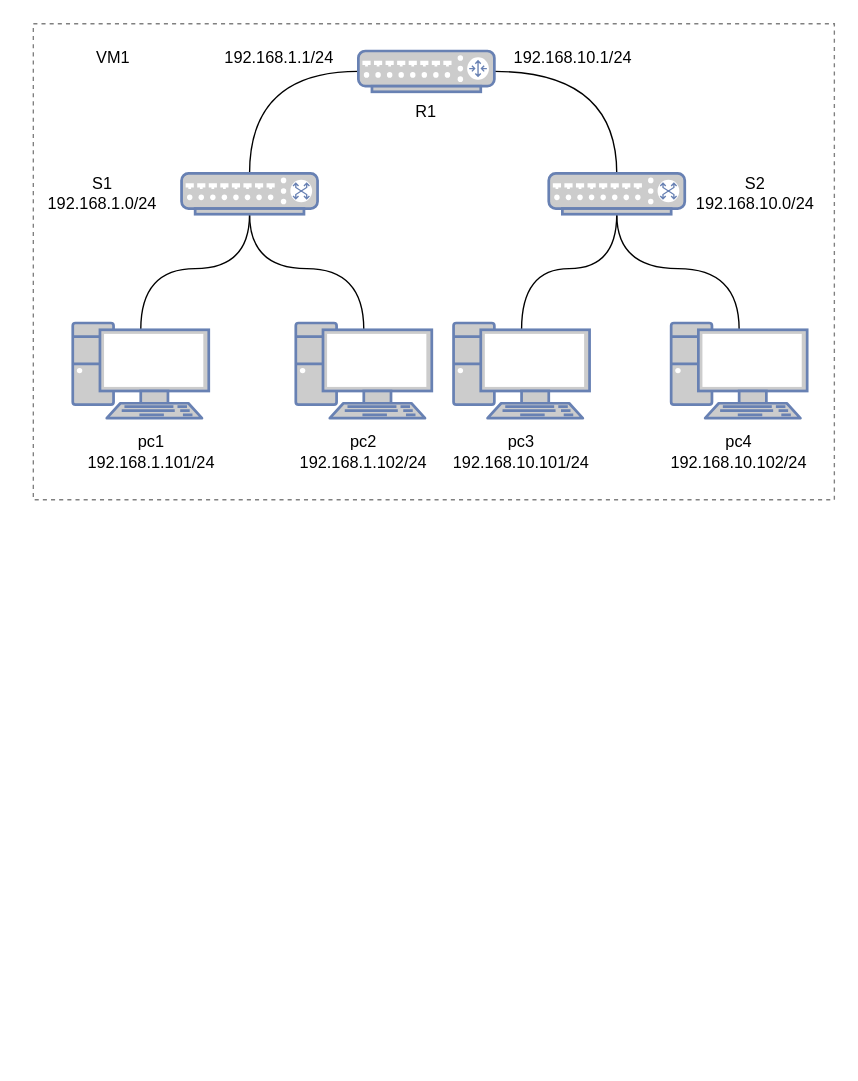
Before: page "router-lan" (12 of 13) of network_trainning.drawio in garryfan2013/network_trainning, a draw.io diagram. Source tidied: cells renumbered, new cells numbered last; positions are measured from the earlier drawing's top-left corner, leaving out a move shared by most shapes. Both pictures are drawn from the tidied source at 136%, with x=0, y=0 at pixel (23, 23).
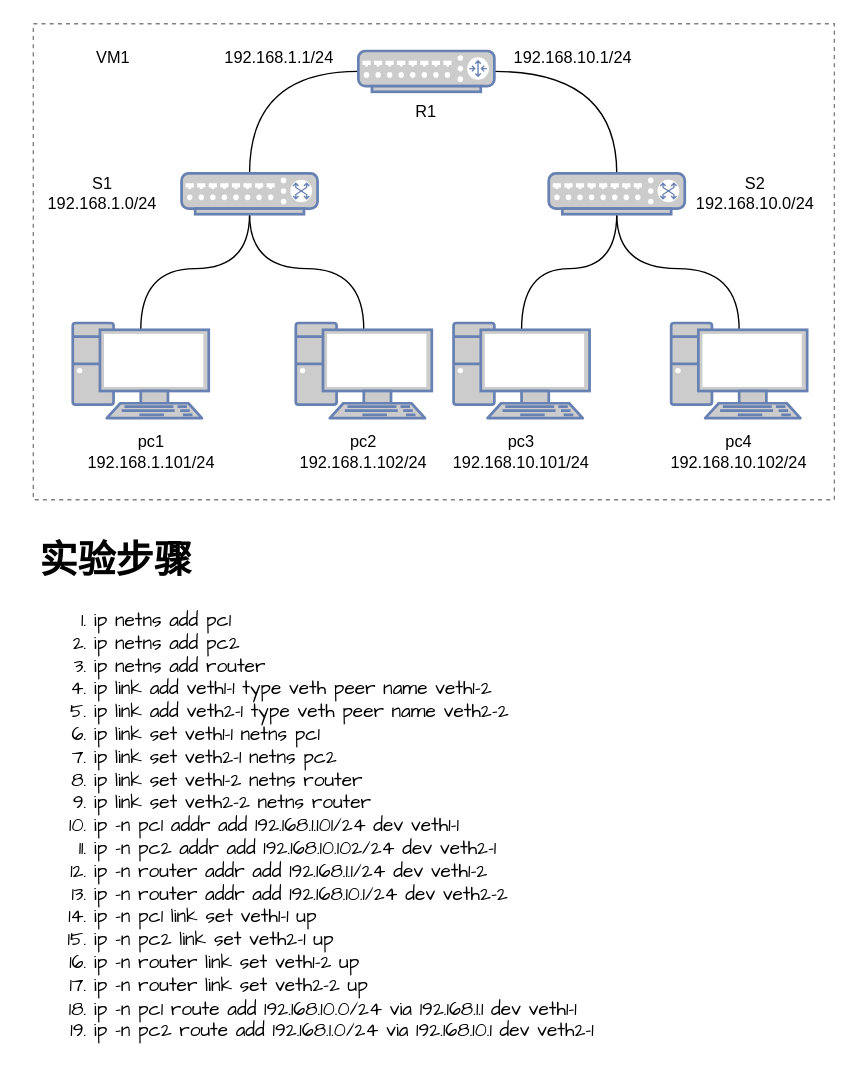
After the change.

What changed in the source:
```diff
@@
+    <mxCell id="26" value="&lt;h1&gt;实验步骤&lt;/h1&gt;&lt;p&gt;&lt;/p&gt;&lt;ol&gt;&lt;li&gt;ip netns add pc1&lt;/li&gt;&lt;li&gt;ip netns add pc2&lt;/li&gt;&lt;li&gt;ip netns add router&lt;/li&gt;&lt;li&gt;ip link add veth1-1 type veth peer name veth1-2&lt;/li&gt;&lt;li&gt;ip link add veth2-1 type veth peer name veth2-2&lt;/li&gt;&lt;li&gt;ip link set veth1-1 netns pc1&lt;/li&gt;&lt;li&gt;ip link set veth2-1 netns pc2&lt;/li&gt;&lt;li&gt;ip link set veth1-2 netns router&lt;/li&gt;&lt;li&gt;ip link set veth2-2 netns router&lt;/li&gt;&lt;li&gt;ip -n pc1 addr add 192.168.1.101/24 dev veth1-1&lt;/li&gt;&lt;li&gt;ip -n pc2 addr add 192.168.10.102/24 dev veth2-1&lt;/li&gt;&lt;li&gt;ip -n router addr add 192.168.1.1/24 dev veth1-2&lt;/li&gt;&lt;li&gt;ip -n router addr add 192.168.10.1/24 dev veth2-2&lt;/li&gt;&lt;li&gt;ip -n pc1 link set veth1-1 up&lt;/li&gt;&lt;li&gt;ip -n pc2 link set veth2-1 up&lt;/li&gt;&lt;li&gt;ip -n router link set veth1-2 up&lt;/li&gt;&lt;li&gt;ip -n router link set veth2-2 up&lt;/li&gt;&lt;li&gt;ip -n pc1 route add 192.168.10.0/24 via 192.168.1.1 dev veth1-1&lt;/li&gt;&lt;li&gt;ip -n pc2 route add 192.168.1.0/24 via 192.168.10.1 dev veth2-1&lt;/li&gt;&lt;/ol&gt;&lt;p&gt;&lt;/p&gt;" style="text;html=1;strokeColor=none;fillColor=none;spacing=5;spacingTop=-20;whiteSpace=wrap;overflow=hidden;rounded=0;fontFamily=Comic Sans MS;fontSize=14;" parent="1" vertex="1">
+      <mxGeometry x="7" y="370" width="590" height="390" as="geometry" />
+    </mxCell>
```
